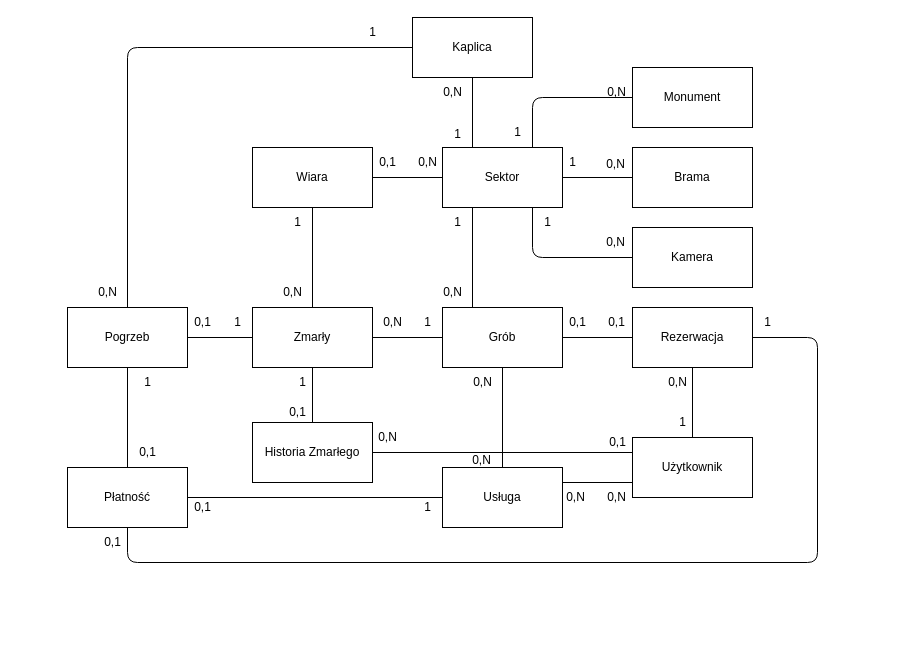
Before: erd.drawio in wiraszkaa/PBD, a draw.io diagram. Source tidied: cells renumbered, new cells numbered last; positions are measured from the earlier drawing's top-left corner, leaving out a move shared by most shapes. Both pictures are drawn from the tidied source at 100%, with x=0, y=0 at pixel (67, 17).
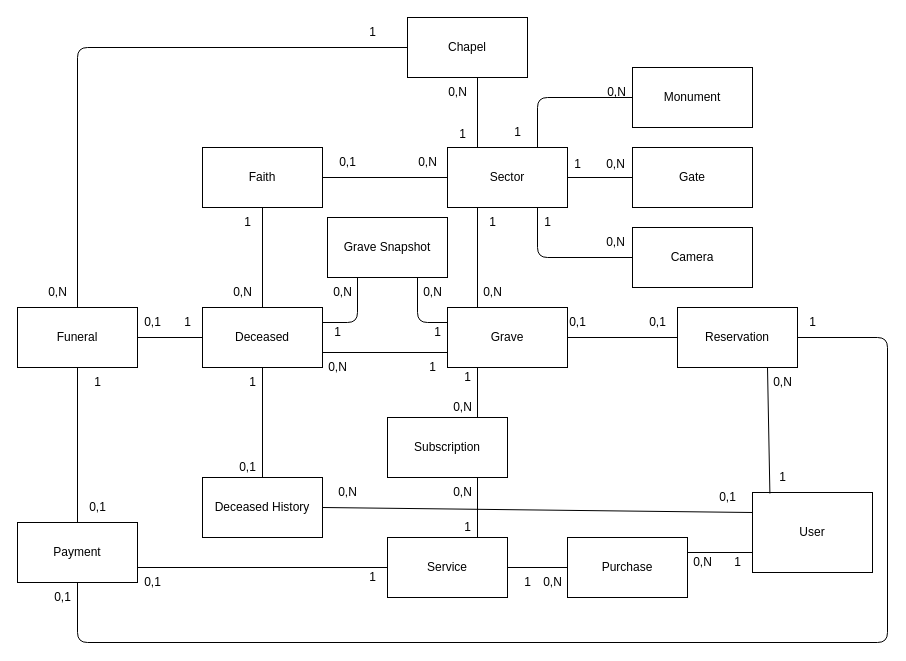
After the change.

Commit message:
Grav Snapshot

Unchanged cells that the change refers to:
```xml
<mxCell id="54" value="Monument" style="whiteSpace=wrap;html=1;" parent="1" vertex="1">
  <mxGeometry x="565" y="50" width="120" height="60" as="geometry" />
</mxCell>
```

Diff of the diagram source:
```diff
@@
-    <mxCell id="2" style="edgeStyle=none;html=1;exitX=0.5;exitY=0;exitDx=0;exitDy=0;entryX=0.5;entryY=1;entryDx=0;entryDy=0;strokeColor=default;endArrow=none;endFill=0;" parent="1" edge="1" source="4" target="37">
+    <mxCell id="2" style="edgeStyle=none;html=1;exitX=0.5;exitY=0;exitDx=0;exitDy=0;entryX=0.5;entryY=1;entryDx=0;entryDy=0;strokeColor=default;endArrow=none;endFill=0;startArrow=none;" parent="1" edge="1" source="68" target="37">
       <mxGeometry relative="1" as="geometry" />
     </mxCell>
-    <mxCell id="3" style="edgeStyle=none;html=1;exitX=0;exitY=0.25;exitDx=0;exitDy=0;entryX=1;entryY=0.5;entryDx=0;entryDy=0;endArrow=none;endFill=0;" parent="1" edge="1" source="4" target="46">
+    <mxCell id="3" style="edgeStyle=none;html=1;entryX=1;entryY=0.5;entryDx=0;entryDy=0;endArrow=none;endFill=0;exitX=0;exitY=0.25;exitDx=0;exitDy=0;" parent="1" edge="1" source="4" target="46">
       <mxGeometry relative="1" as="geometry" />
     </mxCell>
+    <mxCell id="74" style="edgeStyle=none;html=1;exitX=0;exitY=0.75;exitDx=0;exitDy=0;entryX=1;entryY=0.25;entryDx=0;entryDy=0;endArrow=none;endFill=0;" parent="1" edge="1" source="4" target="81">
+      <mxGeometry relative="1" as="geometry" />
+    </mxCell>
-    <mxCell id="4" value="Użytkownik" style="whiteSpace=wrap;html=1;" parent="1" vertex="1">
-      <mxGeometry x="565" y="420" width="120" height="60" as="geometry" />
+    <mxCell id="4" value="User" style="whiteSpace=wrap;html=1;" parent="1" vertex="1">
+      <mxGeometry x="685" y="475" width="120" height="80" as="geometry" />
     </mxCell>
-    <mxCell id="5" style="edgeStyle=none;html=1;exitX=0;exitY=0.75;exitDx=0;exitDy=0;entryX=1;entryY=0.25;entryDx=0;entryDy=0;strokeColor=default;endArrow=none;endFill=0;" parent="1" edge="1" source="4" target="20">
-      <mxGeometry relative="1" as="geometry" />
-    </mxCell>
-    <mxCell id="6" style="edgeStyle=none;html=1;entryX=1;entryY=0.5;entryDx=0;entryDy=0;strokeColor=default;endArrow=none;endFill=0;" parent="1" edge="1" source="7" target="9">
+    <mxCell id="6" style="edgeStyle=none;html=1;entryX=1;entryY=0.75;entryDx=0;entryDy=0;strokeColor=default;endArrow=none;endFill=0;exitX=0;exitY=0.75;exitDx=0;exitDy=0;" parent="1" edge="1" source="7" target="9">
       <mxGeometry relative="1" as="geometry" />
     </mxCell>
+    <mxCell id="75" style="edgeStyle=none;html=1;exitX=0;exitY=0.25;exitDx=0;exitDy=0;entryX=0.75;entryY=1;entryDx=0;entryDy=0;endArrow=none;endFill=0;" parent="1" edge="1" source="7" target="91">
+      <mxGeometry relative="1" as="geometry">
+        <Array as="points">
+          <mxPoint x="350" y="305" />
+        </Array>
+      </mxGeometry>
+    </mxCell>
-    <mxCell id="7" value="Grób" style="whiteSpace=wrap;html=1;" parent="1" vertex="1">
-      <mxGeometry x="375" y="290" width="120" height="60" as="geometry" />
+    <mxCell id="7" value="Grave" style="whiteSpace=wrap;html=1;" parent="1" vertex="1">
+      <mxGeometry x="380" y="290" width="120" height="60" as="geometry" />
     </mxCell>
@@
+    <mxCell id="76" style="edgeStyle=none;html=1;exitX=1;exitY=0.25;exitDx=0;exitDy=0;entryX=0.25;entryY=1;entryDx=0;entryDy=0;endArrow=none;endFill=0;" parent="1" edge="1" source="9" target="91">
+      <mxGeometry relative="1" as="geometry">
+        <Array as="points">
+          <mxPoint x="290" y="305" />
+        </Array>
+      </mxGeometry>
+    </mxCell>
-    <mxCell id="9" value="Zmarły" style="whiteSpace=wrap;html=1;" parent="1" vertex="1">
-      <mxGeometry x="185" y="290" width="120" height="60" as="geometry" />
+    <mxCell id="9" value="Deceased" style="whiteSpace=wrap;html=1;" parent="1" vertex="1">
+      <mxGeometry x="135" y="290" width="120" height="60" as="geometry" />
     </mxCell>
     <mxCell id="10" value="1" style="text;html=1;align=center;verticalAlign=middle;strokeColor=none;fillColor=none;" parent="1" vertex="1">
-      <mxGeometry x="345" y="290" width="30" height="30" as="geometry" />
+      <mxGeometry x="350" y="335" width="30" height="30" as="geometry" />
     </mxCell>
     <mxCell id="11" value="0,N" style="text;html=1;align=center;verticalAlign=middle;strokeColor=none;fillColor=none;" parent="1" vertex="1">
-      <mxGeometry x="305" y="290" width="40" height="30" as="geometry" />
+      <mxGeometry x="250" y="335" width="40" height="30" as="geometry" />
     </mxCell>
@@
     <mxCell id="13" style="edgeStyle=none;html=1;exitX=0.75;exitY=0;exitDx=0;exitDy=0;entryX=0;entryY=0.5;entryDx=0;entryDy=0;strokeColor=default;endArrow=none;endFill=0;" parent="1" edge="1" source="16" target="54">
       <mxGeometry relative="1" as="geometry">
         <Array as="points">
-          <mxPoint x="465" y="80" />
+          <mxPoint x="470" y="80" />
         </Array>
       </mxGeometry>
     </mxCell>
@@
     <mxCell id="15" style="edgeStyle=none;html=1;exitX=0.75;exitY=1;exitDx=0;exitDy=0;entryX=0;entryY=0.5;entryDx=0;entryDy=0;strokeColor=default;endArrow=none;endFill=0;" parent="1" edge="1" source="16" target="63">
       <mxGeometry relative="1" as="geometry">
         <Array as="points">
-          <mxPoint x="465" y="240" />
+          <mxPoint x="470" y="240" />
         </Array>
       </mxGeometry>
     </mxCell>
-    <mxCell id="16" value="Sektor" style="whiteSpace=wrap;html=1;" parent="1" vertex="1">
-      <mxGeometry x="375" y="130" width="120" height="60" as="geometry" />
+    <mxCell id="16" value="Sector" style="whiteSpace=wrap;html=1;" parent="1" vertex="1">
+      <mxGeometry x="380" y="130" width="120" height="60" as="geometry" />
     </mxCell>
     <mxCell id="17" value="0,N" style="text;html=1;align=center;verticalAlign=middle;strokeColor=none;fillColor=none;" parent="1" vertex="1">
-      <mxGeometry x="365" y="260" width="40" height="30" as="geometry" />
+      <mxGeometry x="405" y="260" width="40" height="30" as="geometry" />
     </mxCell>
     <mxCell id="18" value="1" style="text;html=1;align=center;verticalAlign=middle;strokeColor=none;fillColor=none;" parent="1" vertex="1">
-      <mxGeometry x="375" y="190" width="30" height="30" as="geometry" />
+      <mxGeometry x="410" y="190" width="30" height="30" as="geometry" />
     </mxCell>
-    <mxCell id="19" style="edgeStyle=none;html=1;exitX=0.5;exitY=0;exitDx=0;exitDy=0;entryX=0.5;entryY=1;entryDx=0;entryDy=0;strokeColor=default;endArrow=none;endFill=0;" parent="1" edge="1" source="20" target="7">
-      <mxGeometry relative="1" as="geometry" />
-    </mxCell>
+    <mxCell id="77" style="edgeStyle=none;html=1;exitX=0.75;exitY=0;exitDx=0;exitDy=0;entryX=0.75;entryY=1;entryDx=0;entryDy=0;endArrow=none;endFill=0;" parent="1" edge="1" source="20" target="79">
+      <mxGeometry relative="1" as="geometry" />
+    </mxCell>
-    <mxCell id="20" value="Usługa" style="whiteSpace=wrap;html=1;" parent="1" vertex="1">
-      <mxGeometry x="375" y="450" width="120" height="60" as="geometry" />
+    <mxCell id="20" value="Service" style="whiteSpace=wrap;html=1;" parent="1" vertex="1">
+      <mxGeometry x="320" y="520" width="120" height="60" as="geometry" />
     </mxCell>
-    <mxCell id="21" value="0,N" style="text;html=1;align=center;verticalAlign=middle;strokeColor=none;fillColor=none;" parent="1" vertex="1">
-      <mxGeometry x="394" y="428" width="40" height="30" as="geometry" />
-    </mxCell>
-    <mxCell id="22" value="0,N" style="text;html=1;align=center;verticalAlign=middle;strokeColor=none;fillColor=none;" parent="1" vertex="1">
-      <mxGeometry x="395" y="350" width="40" height="30" as="geometry" />
-    </mxCell>
-    <mxCell id="23" style="edgeStyle=none;html=1;exitX=1;exitY=0.5;exitDx=0;exitDy=0;entryX=0;entryY=0.5;entryDx=0;entryDy=0;strokeColor=default;endArrow=none;endFill=0;" parent="1" edge="1" source="25" target="20">
+    <mxCell id="23" style="edgeStyle=none;html=1;exitX=1;exitY=0.75;exitDx=0;exitDy=0;entryX=0;entryY=0.5;entryDx=0;entryDy=0;strokeColor=default;endArrow=none;endFill=0;" parent="1" edge="1" source="25" target="20">
       <mxGeometry relative="1" as="geometry" />
     </mxCell>
@@
-    <mxCell id="25" value="Płatność" style="whiteSpace=wrap;html=1;" parent="1" vertex="1">
-      <mxGeometry y="450" width="120" height="60" as="geometry" />
+    <mxCell id="25" value="Payment" style="whiteSpace=wrap;html=1;" parent="1" vertex="1">
+      <mxGeometry x="-50" y="505" width="120" height="60" as="geometry" />
     </mxCell>
@@
-    <mxCell id="27" value="Pogrzeb" style="whiteSpace=wrap;html=1;" parent="1" vertex="1">
-      <mxGeometry y="290" width="120" height="60" as="geometry" />
+    <mxCell id="27" value="Funeral" style="whiteSpace=wrap;html=1;" parent="1" vertex="1">
+      <mxGeometry x="-50" y="290" width="120" height="60" as="geometry" />
     </mxCell>
@@
-    <mxCell id="29" value="Wiara" style="whiteSpace=wrap;html=1;" parent="1" vertex="1">
-      <mxGeometry x="185" y="130" width="120" height="60" as="geometry" />
+    <mxCell id="29" value="Faith" style="whiteSpace=wrap;html=1;" parent="1" vertex="1">
+      <mxGeometry x="135" y="130" width="120" height="60" as="geometry" />
     </mxCell>
     <mxCell id="30" value="0,1" style="text;html=1;align=center;verticalAlign=middle;strokeColor=none;fillColor=none;" parent="1" vertex="1">
-      <mxGeometry x="300" y="130" width="40" height="30" as="geometry" />
+      <mxGeometry x="260" y="130" width="40" height="30" as="geometry" />
     </mxCell>
@@
     <mxCell id="33" value="1" style="text;html=1;align=center;verticalAlign=middle;strokeColor=none;fillColor=none;" parent="1" vertex="1">
-      <mxGeometry x="215" y="190" width="30" height="30" as="geometry" />
+      <mxGeometry x="165" y="190" width="30" height="30" as="geometry" />
     </mxCell>
     <mxCell id="34" value="0,N" style="text;html=1;align=center;verticalAlign=middle;strokeColor=none;fillColor=none;" parent="1" vertex="1">
-      <mxGeometry x="205" y="260" width="40" height="30" as="geometry" />
+      <mxGeometry x="155" y="260" width="40" height="30" as="geometry" />
     </mxCell>
@@
     <mxCell id="36" style="edgeStyle=none;html=1;exitX=1;exitY=0.5;exitDx=0;exitDy=0;entryX=0.5;entryY=1;entryDx=0;entryDy=0;strokeColor=default;endArrow=none;endFill=0;" parent="1" edge="1" source="37" target="25">
       <mxGeometry relative="1" as="geometry">
         <Array as="points">
-          <mxPoint x="750" y="320" />
-          <mxPoint x="750" y="545" />
-          <mxPoint x="60" y="545" />
+          <mxPoint x="820" y="320" />
+          <mxPoint x="820" y="625" />
+          <mxPoint x="10" y="625" />
         </Array>
       </mxGeometry>
     </mxCell>
-    <mxCell id="37" value="Rezerwacja&lt;br&gt;" style="whiteSpace=wrap;html=1;" parent="1" vertex="1">
-      <mxGeometry x="565" y="290" width="120" height="60" as="geometry" />
+    <mxCell id="37" value="Reservation" style="whiteSpace=wrap;html=1;" parent="1" vertex="1">
+      <mxGeometry x="610" y="290" width="120" height="60" as="geometry" />
     </mxCell>
@@
     <mxCell id="39" value="0,1" style="text;html=1;align=center;verticalAlign=middle;strokeColor=none;fillColor=none;" parent="1" vertex="1">
-      <mxGeometry x="529" y="290" width="40" height="30" as="geometry" />
+      <mxGeometry x="570" y="290" width="40" height="30" as="geometry" />
     </mxCell>
     <mxCell id="40" style="edgeStyle=none;html=1;exitX=0;exitY=0.5;exitDx=0;exitDy=0;entryX=0.5;entryY=0;entryDx=0;entryDy=0;strokeColor=default;endArrow=none;endFill=0;" parent="1" edge="1" source="42" target="27">
       <mxGeometry relative="1" as="geometry">
         <Array as="points">
-          <mxPoint x="60" y="30" />
+          <mxPoint x="10" y="30" />
         </Array>
       </mxGeometry>
     </mxCell>
-    <mxCell id="41" style="edgeStyle=none;html=1;exitX=0.5;exitY=1;exitDx=0;exitDy=0;entryX=0.25;entryY=0;entryDx=0;entryDy=0;strokeColor=default;endArrow=none;endFill=0;" parent="1" edge="1" source="42" target="16">
-      <mxGeometry relative="1" as="geometry" />
+    <mxCell id="41" style="edgeStyle=none;html=1;entryX=0.25;entryY=0;entryDx=0;entryDy=0;strokeColor=default;endArrow=none;endFill=0;" parent="1" edge="1" target="16">
+      <mxGeometry relative="1" as="geometry">
+        <mxPoint x="410" y="55" as="sourcePoint" />
+      </mxGeometry>
     </mxCell>
-    <mxCell id="42" value="Kaplica" style="whiteSpace=wrap;html=1;" parent="1" vertex="1">
-      <mxGeometry x="345" width="120" height="60" as="geometry" />
+    <mxCell id="42" value="Chapel" style="whiteSpace=wrap;html=1;" parent="1" vertex="1">
+      <mxGeometry x="340" width="120" height="60" as="geometry" />
     </mxCell>
     <mxCell id="43" value="0,N" style="text;html=1;align=center;verticalAlign=middle;strokeColor=none;fillColor=none;" parent="1" vertex="1">
-      <mxGeometry x="365" y="60" width="40" height="30" as="geometry" />
+      <mxGeometry x="370" y="60" width="40" height="30" as="geometry" />
     </mxCell>
     <mxCell id="44" value="1" style="text;html=1;align=center;verticalAlign=middle;strokeColor=none;fillColor=none;" parent="1" vertex="1">
-      <mxGeometry x="375" y="102" width="30" height="30" as="geometry" />
+      <mxGeometry x="380" y="102" width="30" height="30" as="geometry" />
     </mxCell>
@@
-    <mxCell id="46" value="Historia Zmarłego" style="whiteSpace=wrap;html=1;" parent="1" vertex="1">
-      <mxGeometry x="185" y="405" width="120" height="60" as="geometry" />
+    <mxCell id="46" value="Deceased History" style="whiteSpace=wrap;html=1;" parent="1" vertex="1">
+      <mxGeometry x="135" y="460" width="120" height="60" as="geometry" />
     </mxCell>
     <mxCell id="47" value="0,1" style="text;html=1;align=center;verticalAlign=middle;strokeColor=none;fillColor=none;" parent="1" vertex="1">
-      <mxGeometry x="210" y="380" width="40" height="30" as="geometry" />
+      <mxGeometry x="160" y="435" width="40" height="30" as="geometry" />
     </mxCell>
     <mxCell id="48" value="1" style="text;html=1;align=center;verticalAlign=middle;strokeColor=none;fillColor=none;" parent="1" vertex="1">
-      <mxGeometry x="220" y="350" width="30" height="30" as="geometry" />
+      <mxGeometry x="170" y="350" width="30" height="30" as="geometry" />
     </mxCell>
-    <mxCell id="49" value="Brama" style="whiteSpace=wrap;html=1;" parent="1" vertex="1">
+    <mxCell id="49" value="Gate" style="whiteSpace=wrap;html=1;" parent="1" vertex="1">
       <mxGeometry x="565" y="130" width="120" height="60" as="geometry" />
     </mxCell>
@@
     <mxCell id="51" value="1" style="text;html=1;align=center;verticalAlign=middle;strokeColor=none;fillColor=none;" parent="1" vertex="1">
-      <mxGeometry x="490" y="130" width="30" height="30" as="geometry" />
+      <mxGeometry x="495" y="132" width="30" height="30" as="geometry" />
     </mxCell>
@@
     <mxCell id="53" value="0,N" style="text;html=1;align=center;verticalAlign=middle;strokeColor=none;fillColor=none;" parent="1" vertex="1">
-      <mxGeometry x="20" y="260" width="40" height="30" as="geometry" />
+      <mxGeometry x="-30" y="260" width="40" height="30" as="geometry" />
     </mxCell>
@@
     <mxCell id="57" value="1" style="text;html=1;align=center;verticalAlign=middle;strokeColor=none;fillColor=none;" parent="1" vertex="1">
-      <mxGeometry x="155" y="290" width="30" height="30" as="geometry" />
+      <mxGeometry x="105" y="290" width="30" height="30" as="geometry" />
     </mxCell>
     <mxCell id="58" value="0,1" style="text;html=1;align=center;verticalAlign=middle;strokeColor=none;fillColor=none;" parent="1" vertex="1">
-      <mxGeometry x="115" y="290" width="40" height="30" as="geometry" />
+      <mxGeometry x="65" y="290" width="40" height="30" as="geometry" />
     </mxCell>
     <mxCell id="59" value="0,1" style="text;html=1;align=center;verticalAlign=middle;strokeColor=none;fillColor=none;" parent="1" vertex="1">
-      <mxGeometry x="60" y="420" width="40" height="30" as="geometry" />
+      <mxGeometry x="10" y="475" width="40" height="30" as="geometry" />
     </mxCell>
     <mxCell id="60" value="1" style="text;html=1;align=center;verticalAlign=middle;strokeColor=none;fillColor=none;" parent="1" vertex="1">
-      <mxGeometry x="65" y="350" width="30" height="30" as="geometry" />
+      <mxGeometry x="15" y="350" width="30" height="30" as="geometry" />
     </mxCell>
     <mxCell id="61" value="0,1" style="text;html=1;align=center;verticalAlign=middle;strokeColor=none;fillColor=none;" parent="1" vertex="1">
-      <mxGeometry x="115" y="475" width="40" height="30" as="geometry" />
+      <mxGeometry x="65" y="550" width="40" height="30" as="geometry" />
     </mxCell>
     <mxCell id="62" value="1" style="text;html=1;align=center;verticalAlign=middle;strokeColor=none;fillColor=none;" parent="1" vertex="1">
-      <mxGeometry x="345" y="475" width="30" height="30" as="geometry" />
+      <mxGeometry x="290" y="545" width="30" height="30" as="geometry" />
     </mxCell>
-    <mxCell id="63" value="Kamera" style="whiteSpace=wrap;html=1;" parent="1" vertex="1">
+    <mxCell id="63" value="Camera" style="whiteSpace=wrap;html=1;" parent="1" vertex="1">
       <mxGeometry x="565" y="210" width="120" height="60" as="geometry" />
     </mxCell>
@@
-    <mxCell id="66" value="0,N" style="text;html=1;align=center;verticalAlign=middle;strokeColor=none;fillColor=none;" parent="1" vertex="1">
-      <mxGeometry x="529" y="465" width="40" height="30" as="geometry" />
-    </mxCell>
-    <mxCell id="67" value="0,N" style="text;html=1;align=center;verticalAlign=middle;strokeColor=none;fillColor=none;" parent="1" vertex="1">
-      <mxGeometry x="488" y="465" width="40" height="30" as="geometry" />
-    </mxCell>
-    <mxCell id="68" value="0,N" style="text;html=1;align=center;verticalAlign=middle;points=[];strokeColor=none;fillColor=none;" parent="1" vertex="1">
-      <mxGeometry x="590" y="350" width="40" height="30" as="geometry" />
-    </mxCell>
     <mxCell id="69" value="1" style="text;html=1;align=center;verticalAlign=middle;strokeColor=none;fillColor=none;" parent="1" vertex="1">
-      <mxGeometry x="600" y="390" width="30" height="30" as="geometry" />
+      <mxGeometry x="700" y="445" width="30" height="30" as="geometry" />
     </mxCell>
     <mxCell id="70" value="1" style="text;html=1;align=center;verticalAlign=middle;strokeColor=none;fillColor=none;" parent="1" vertex="1">
-      <mxGeometry x="685" y="290" width="30" height="30" as="geometry" />
+      <mxGeometry x="730" y="290" width="30" height="30" as="geometry" />
     </mxCell>
     <mxCell id="71" value="0,1" style="text;html=1;align=center;verticalAlign=middle;strokeColor=none;fillColor=none;" parent="1" vertex="1">
-      <mxGeometry x="25" y="510" width="40" height="30" as="geometry" />
+      <mxGeometry x="-25" y="565" width="40" height="30" as="geometry" />
     </mxCell>
     <mxCell id="72" value="0,N" style="text;html=1;align=center;verticalAlign=middle;strokeColor=none;fillColor=none;" parent="1" vertex="1">
-      <mxGeometry x="300" y="405" width="40" height="30" as="geometry" />
+      <mxGeometry x="260" y="460" width="40" height="30" as="geometry" />
     </mxCell>
     <mxCell id="73" value="0,1" style="text;html=1;align=center;verticalAlign=middle;strokeColor=none;fillColor=none;" parent="1" vertex="1">
-      <mxGeometry x="530" y="410" width="40" height="30" as="geometry" />
+      <mxGeometry x="640" y="465" width="40" height="30" as="geometry" />
     </mxCell>
+    <mxCell id="78" style="edgeStyle=none;html=1;exitX=0.75;exitY=0;exitDx=0;exitDy=0;entryX=0.25;entryY=1;entryDx=0;entryDy=0;endArrow=none;endFill=0;" parent="1" edge="1" source="79" target="7">
+      <mxGeometry relative="1" as="geometry" />
+    </mxCell>
+    <mxCell id="79" value="Subscription" style="whiteSpace=wrap;html=1;" parent="1" vertex="1">
+      <mxGeometry x="320" y="400" width="120" height="60" as="geometry" />
+    </mxCell>
+    <mxCell id="80" style="edgeStyle=none;html=1;exitX=0;exitY=0.5;exitDx=0;exitDy=0;entryX=1;entryY=0.5;entryDx=0;entryDy=0;endArrow=none;endFill=0;" parent="1" edge="1" source="81" target="20">
+      <mxGeometry relative="1" as="geometry" />
+    </mxCell>
+    <mxCell id="81" value="Purchase" style="whiteSpace=wrap;html=1;" parent="1" vertex="1">
+      <mxGeometry x="500" y="520" width="120" height="60" as="geometry" />
+    </mxCell>
+    <mxCell id="82" style="edgeStyle=none;html=1;strokeColor=default;endArrow=none;endFill=0;exitX=0.145;exitY=0.013;exitDx=0;exitDy=0;exitPerimeter=0;entryX=0.75;entryY=1;entryDx=0;entryDy=0;" parent="1" edge="1" source="4" target="37">
+      <mxGeometry relative="1" as="geometry" />
+    </mxCell>
+    <mxCell id="68" value="0,N" style="text;html=1;align=center;verticalAlign=middle;points=[];strokeColor=none;fillColor=none;" parent="1" vertex="1">
+      <mxGeometry x="695" y="350" width="40" height="30" as="geometry" />
+    </mxCell>
+    <mxCell id="83" value="1" style="text;html=1;align=center;verticalAlign=middle;strokeColor=none;fillColor=none;" parent="1" vertex="1">
+      <mxGeometry x="655" y="530" width="30" height="30" as="geometry" />
+    </mxCell>
+    <mxCell id="84" value="0,N" style="text;html=1;align=center;verticalAlign=middle;strokeColor=none;fillColor=none;" parent="1" vertex="1">
+      <mxGeometry x="615" y="530" width="40" height="30" as="geometry" />
+    </mxCell>
+    <mxCell id="85" value="1" style="text;html=1;align=center;verticalAlign=middle;strokeColor=none;fillColor=none;" parent="1" vertex="1">
+      <mxGeometry x="445" y="550" width="30" height="30" as="geometry" />
+    </mxCell>
+    <mxCell id="86" value="0,N" style="text;html=1;align=center;verticalAlign=middle;strokeColor=none;fillColor=none;" parent="1" vertex="1">
+      <mxGeometry x="465" y="550" width="40" height="30" as="geometry" />
+    </mxCell>
+    <mxCell id="87" value="1" style="text;html=1;align=center;verticalAlign=middle;strokeColor=none;fillColor=none;" parent="1" vertex="1">
+      <mxGeometry x="385" y="495" width="30" height="30" as="geometry" />
+    </mxCell>
+    <mxCell id="88" value="0,N" style="text;html=1;align=center;verticalAlign=middle;strokeColor=none;fillColor=none;" parent="1" vertex="1">
+      <mxGeometry x="375" y="460" width="40" height="30" as="geometry" />
+    </mxCell>
+    <mxCell id="89" value="1" style="text;html=1;align=center;verticalAlign=middle;strokeColor=none;fillColor=none;" parent="1" vertex="1">
+      <mxGeometry x="385" y="345" width="30" height="30" as="geometry" />
+    </mxCell>
+    <mxCell id="90" value="0,N" style="text;html=1;align=center;verticalAlign=middle;strokeColor=none;fillColor=none;" parent="1" vertex="1">
+      <mxGeometry x="375" y="375" width="40" height="30" as="geometry" />
+    </mxCell>
+    <mxCell id="91" value="Grave Snapshot" style="whiteSpace=wrap;html=1;" parent="1" vertex="1">
+      <mxGeometry x="260" y="200" width="120" height="60" as="geometry" />
+    </mxCell>
+    <mxCell id="92" value="1" style="text;html=1;align=center;verticalAlign=middle;strokeColor=none;fillColor=none;" parent="1" vertex="1">
+      <mxGeometry x="255" y="300" width="30" height="30" as="geometry" />
+    </mxCell>
+    <mxCell id="93" value="1" style="text;html=1;align=center;verticalAlign=middle;strokeColor=none;fillColor=none;" parent="1" vertex="1">
+      <mxGeometry x="355" y="300" width="30" height="30" as="geometry" />
+    </mxCell>
+    <mxCell id="94" value="0,N" style="text;html=1;align=center;verticalAlign=middle;strokeColor=none;fillColor=none;" parent="1" vertex="1">
+      <mxGeometry x="255" y="260" width="40" height="30" as="geometry" />
+    </mxCell>
+    <mxCell id="95" value="0,N" style="text;html=1;align=center;verticalAlign=middle;strokeColor=none;fillColor=none;" parent="1" vertex="1">
+      <mxGeometry x="345" y="260" width="40" height="30" as="geometry" />
+    </mxCell>
```
